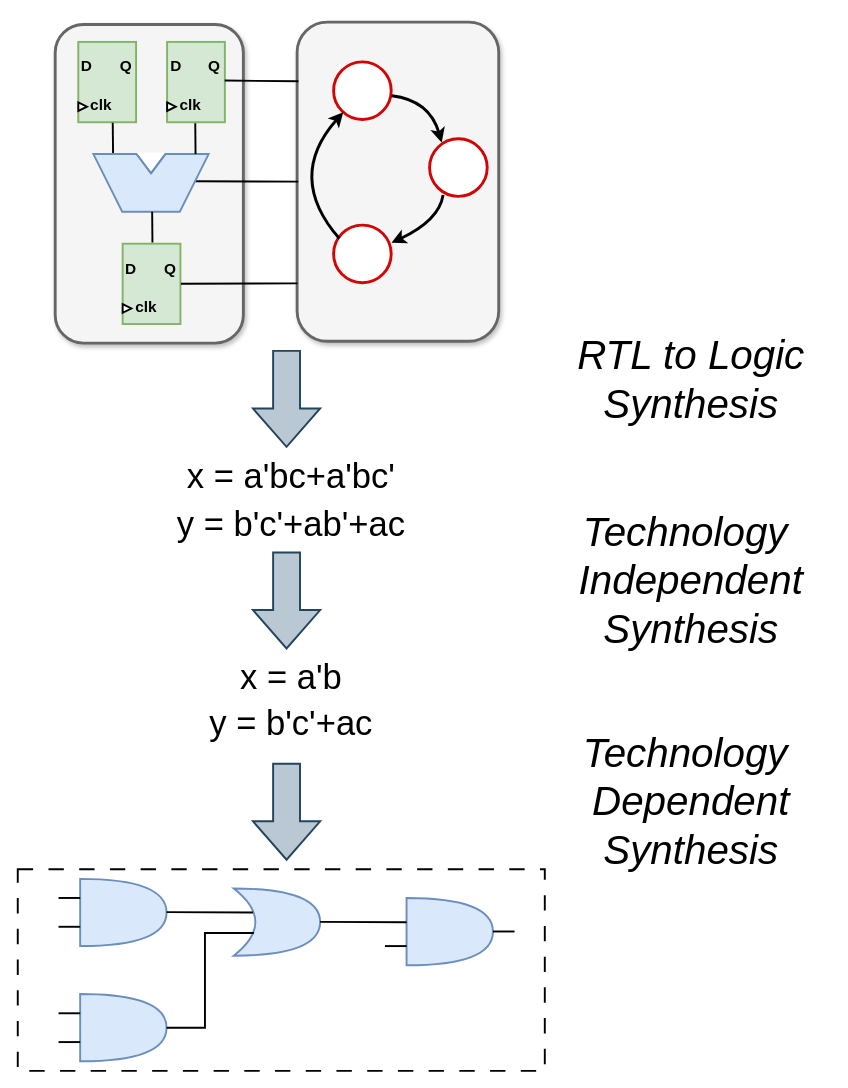
Earlier version of the draw.io diagram logicsynthesis.drawio (kxzhu0505/LogicSynOpt). Source tidied: cells renumbered, new cells numbered last; positions are measured from the earlier drawing's top-left corner, leaving out a move shared by most shapes. Both pictures are drawn from the tidied source at 96%, with x=0, y=0 at pixel (17, 22).
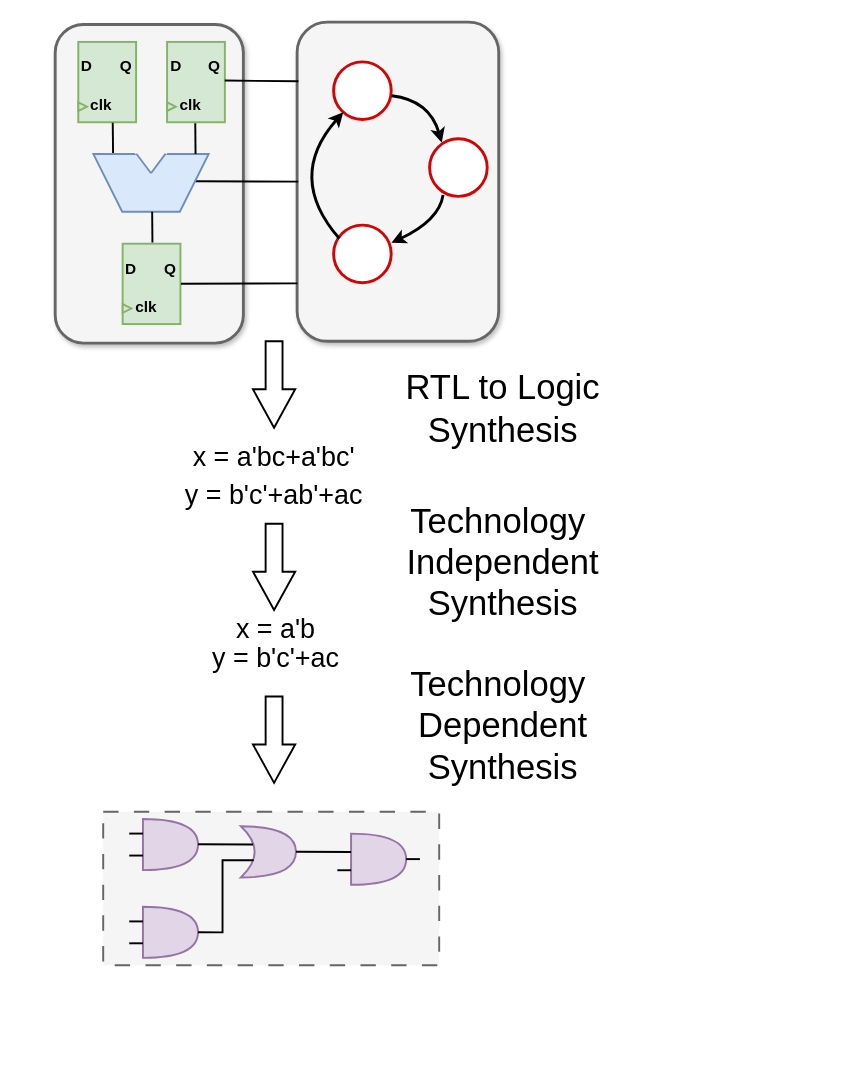
The same diagram, later.

The change refers to these unchanged cells:
```xml
<mxCell id="11" style="group;fontFamily=Helvetica;" parent="1" vertex="1">
  <mxGeometry x="45" y="20.8" width="210" height="320.6" as="geometry" />
</mxCell>
<mxCell id="20" style="group;fontFamily=Helvetica;" parent="1" vertex="1">
  <mxGeometry x="137.5" y="20.8" width="95" height="82.5" as="geometry" />
</mxCell>
```

What changed in the source:
```diff
@@
-    <mxCell id="3" style="rounded=0;whiteSpace=wrap;html=1;dashed=1;dashPattern=8 8;strokeWidth=2;" parent="1" vertex="1">
-      <mxGeometry y="882" width="549" height="210" as="geometry" />
-    </mxCell>
@@
-    <mxCell id="10" style="html=1;shadow=0;dashed=0;align=center;verticalAlign=middle;shape=mxgraph.arrows2.arrow;dy=0.6;dx=40;direction=south;notch=0;fillColor=#bac8d3;strokeColor=#23445d;strokeWidth=2;fontFamily=Helvetica;" parent="1" vertex="1">
-      <mxGeometry x="245" y="342" width="70" height="100" as="geometry" />
+    <mxCell id="10" style="html=1;shadow=0;dashed=0;align=center;verticalAlign=middle;shape=mxgraph.arrows2.arrow;dy=0.6;dx=40;direction=south;notch=0;strokeWidth=2;fontFamily=Helvetica;" parent="1" vertex="1">
+      <mxGeometry x="245" y="332" width="44" height="90" as="geometry" />
     </mxCell>
@@
+    <mxCell id="17" value="&lt;font size=&quot;1&quot;&gt;&lt;b style=&quot;font-size: 16px;&quot;&gt;clk&lt;/b&gt;&lt;/font&gt;" style="text;html=1;strokeColor=none;fillColor=none;align=center;verticalAlign=middle;whiteSpace=wrap;rounded=0;strokeWidth=2;fontFamily=Helvetica;" parent="11" vertex="1">
+      <mxGeometry x="15.4" y="51.7" width="54.3" height="26.8" as="geometry" />
+    </mxCell>
-    <mxCell id="16" style="triangle;whiteSpace=wrap;html=1;strokeWidth=2;fontFamily=Helvetica;" parent="11" vertex="1">
+    <mxCell id="16" style="triangle;whiteSpace=wrap;html=1;strokeWidth=2;fontFamily=Helvetica;fillColor=#d5e8d4;strokeColor=#82b366;" parent="11" vertex="1">
       <mxGeometry x="18.1" y="62.4" width="9" height="8.9" as="geometry" />
     </mxCell>
-    <mxCell id="17" value="&lt;font size=&quot;1&quot;&gt;&lt;b style=&quot;font-size: 16px;&quot;&gt;clk&lt;/b&gt;&lt;/font&gt;" style="text;html=1;strokeColor=none;fillColor=none;align=center;verticalAlign=middle;whiteSpace=wrap;rounded=0;strokeWidth=2;fontFamily=Helvetica;" parent="11" vertex="1">
-      <mxGeometry x="15.4" y="51.7" width="54.3" height="26.8" as="geometry" />
-    </mxCell>
@@
+    <mxCell id="26" style="group;fontFamily=Helvetica;" parent="1" vertex="1">
+      <mxGeometry x="91.2" y="231" width="95" height="82.5" as="geometry" />
+    </mxCell>
+    <mxCell id="27" style="rounded=0;whiteSpace=wrap;html=1;rotation=90;strokeWidth=2;fontFamily=Helvetica;fillColor=#d5e8d4;strokeColor=#82b366;" parent="26" vertex="1">
+      <mxGeometry x="6.3" y="11.1" width="83.7" height="60.2" as="geometry" />
+    </mxCell>
+    <mxCell id="28" value="&lt;font size=&quot;1&quot;&gt;&lt;b style=&quot;font-size: 16px;&quot;&gt;D&lt;/b&gt;&lt;/font&gt;" style="text;html=1;strokeColor=none;fillColor=none;align=center;verticalAlign=middle;whiteSpace=wrap;rounded=0;strokeWidth=2;fontFamily=Helvetica;" parent="26" vertex="1">
+      <mxGeometry y="11.1" width="54.3" height="26.8" as="geometry" />
+    </mxCell>
+    <mxCell id="29" value="&lt;font size=&quot;1&quot;&gt;&lt;b style=&quot;font-size: 16px;&quot;&gt;Q&lt;/b&gt;&lt;/font&gt;" style="text;html=1;strokeColor=none;fillColor=none;align=center;verticalAlign=middle;whiteSpace=wrap;rounded=0;strokeWidth=2;fontFamily=Helvetica;" parent="26" vertex="1">
+      <mxGeometry x="40.7" y="11.1" width="54.3" height="26.8" as="geometry" />
+    </mxCell>
+    <mxCell id="31" value="&lt;font size=&quot;1&quot;&gt;&lt;b style=&quot;font-size: 16px;&quot;&gt;clk&lt;/b&gt;&lt;/font&gt;" style="text;html=1;strokeColor=none;fillColor=none;align=center;verticalAlign=middle;whiteSpace=wrap;rounded=0;strokeWidth=2;fontFamily=Helvetica;" parent="26" vertex="1">
+      <mxGeometry x="15.4" y="51.7" width="54.3" height="26.8" as="geometry" />
+    </mxCell>
+    <mxCell id="30" style="triangle;whiteSpace=wrap;html=1;strokeWidth=2;fontFamily=Helvetica;fillColor=#d5e8d4;strokeColor=#82b366;" parent="26" vertex="1">
+      <mxGeometry x="18.1" y="62.4" width="9" height="8.9" as="geometry" />
+    </mxCell>
@@
+    <mxCell id="25" value="&lt;font size=&quot;1&quot;&gt;&lt;b style=&quot;font-size: 16px;&quot;&gt;clk&lt;/b&gt;&lt;/font&gt;" style="text;html=1;strokeColor=none;fillColor=none;align=center;verticalAlign=middle;whiteSpace=wrap;rounded=0;strokeWidth=2;fontFamily=Helvetica;" parent="20" vertex="1">
+      <mxGeometry x="15.4" y="51.7" width="54.3" height="26.8" as="geometry" />
+    </mxCell>
-    <mxCell id="24" style="triangle;whiteSpace=wrap;html=1;strokeWidth=2;fontFamily=Helvetica;" parent="20" vertex="1">
+    <mxCell id="24" style="triangle;whiteSpace=wrap;html=1;strokeWidth=2;fontFamily=Helvetica;fillColor=#d5e8d4;strokeColor=#82b366;" parent="20" vertex="1">
       <mxGeometry x="18.1" y="62.4" width="9" height="8.9" as="geometry" />
     </mxCell>
-    <mxCell id="25" value="&lt;font size=&quot;1&quot;&gt;&lt;b style=&quot;font-size: 16px;&quot;&gt;clk&lt;/b&gt;&lt;/font&gt;" style="text;html=1;strokeColor=none;fillColor=none;align=center;verticalAlign=middle;whiteSpace=wrap;rounded=0;strokeWidth=2;fontFamily=Helvetica;" parent="20" vertex="1">
-      <mxGeometry x="15.4" y="51.7" width="54.3" height="26.8" as="geometry" />
-    </mxCell>
-    <mxCell id="26" style="group;fontFamily=Helvetica;" parent="1" vertex="1">
-      <mxGeometry x="91.2" y="231" width="95" height="82.5" as="geometry" />
-    </mxCell>
-    <mxCell id="27" style="rounded=0;whiteSpace=wrap;html=1;rotation=90;strokeWidth=2;fontFamily=Helvetica;fillColor=#d5e8d4;strokeColor=#82b366;" parent="26" vertex="1">
-      <mxGeometry x="6.3" y="11.1" width="83.7" height="60.2" as="geometry" />
-    </mxCell>
-    <mxCell id="28" value="&lt;font size=&quot;1&quot;&gt;&lt;b style=&quot;font-size: 16px;&quot;&gt;D&lt;/b&gt;&lt;/font&gt;" style="text;html=1;strokeColor=none;fillColor=none;align=center;verticalAlign=middle;whiteSpace=wrap;rounded=0;strokeWidth=2;fontFamily=Helvetica;" parent="26" vertex="1">
-      <mxGeometry y="11.1" width="54.3" height="26.8" as="geometry" />
-    </mxCell>
-    <mxCell id="29" value="&lt;font size=&quot;1&quot;&gt;&lt;b style=&quot;font-size: 16px;&quot;&gt;Q&lt;/b&gt;&lt;/font&gt;" style="text;html=1;strokeColor=none;fillColor=none;align=center;verticalAlign=middle;whiteSpace=wrap;rounded=0;strokeWidth=2;fontFamily=Helvetica;" parent="26" vertex="1">
-      <mxGeometry x="40.7" y="11.1" width="54.3" height="26.8" as="geometry" />
-    </mxCell>
-    <mxCell id="30" style="triangle;whiteSpace=wrap;html=1;strokeWidth=2;fontFamily=Helvetica;" parent="26" vertex="1">
-      <mxGeometry x="18.1" y="62.4" width="9" height="8.9" as="geometry" />
-    </mxCell>
-    <mxCell id="31" value="&lt;font size=&quot;1&quot;&gt;&lt;b style=&quot;font-size: 16px;&quot;&gt;clk&lt;/b&gt;&lt;/font&gt;" style="text;html=1;strokeColor=none;fillColor=none;align=center;verticalAlign=middle;whiteSpace=wrap;rounded=0;strokeWidth=2;fontFamily=Helvetica;" parent="26" vertex="1">
-      <mxGeometry x="15.4" y="51.7" width="54.3" height="26.8" as="geometry" />
-    </mxCell>
@@
-    <mxCell id="33" style="triangle;whiteSpace=wrap;html=1;rotation=90;strokeWidth=2;fillColor=#ffffff;strokeColor=#6C8EBF;fontFamily=Helvetica;" parent="1" vertex="1">
+    <mxCell id="33" style="triangle;whiteSpace=wrap;html=1;rotation=90;strokeWidth=2;fillColor=#F5F5F5;strokeColor=#f5f5f5;fontFamily=Helvetica;" parent="1" vertex="1">
       <mxGeometry x="128.8" y="132" width="20" height="30" as="geometry" />
     </mxCell>
-    <mxCell id="34" style="endArrow=none;html=1;rounded=0;strokeColor=#ffffff;strokeWidth=3;curved=0;fontFamily=Helvetica;" parent="1" edge="1">
+    <mxCell id="34" style="endArrow=none;html=1;rounded=0;strokeColor=#f5f5f5;strokeWidth=3;curved=0;fontFamily=Helvetica;" parent="1" edge="1">
       <mxGeometry relative="1" as="geometry">
         <mxPoint x="124.2" y="136.9" as="sourcePoint" />
         <mxPoint x="153.2" y="136.9" as="targetPoint" />
       </mxGeometry>
     </mxCell>
@@
-    <mxCell id="41" value="&lt;font style=&quot;font-size: 36px;&quot;&gt;x = a'bc+a'bc'&lt;/font&gt;" style="text;html=1;align=center;verticalAlign=middle;whiteSpace=wrap;rounded=0;fontFamily=Helvetica;" parent="1" vertex="1">
-      <mxGeometry x="65" y="442" width="440" height="60" as="geometry" />
+    <mxCell id="41" value="&lt;font style=&quot;font-size: 28px;&quot;&gt;x = a'bc+a'bc'&lt;/font&gt;" style="text;html=1;align=center;verticalAlign=middle;whiteSpace=wrap;rounded=0;fontFamily=Helvetica;" parent="1" vertex="1">
+      <mxGeometry x="47" y="422" width="440" height="60" as="geometry" />
     </mxCell>
-    <mxCell id="42" value="&lt;font style=&quot;font-size: 36px;&quot;&gt;y = b'c'+ab'+ac&lt;/font&gt;" style="text;html=1;align=center;verticalAlign=middle;whiteSpace=wrap;rounded=0;fontFamily=Helvetica;" parent="1" vertex="1">
-      <mxGeometry x="65" y="492" width="440" height="60" as="geometry" />
+    <mxCell id="42" value="&lt;font style=&quot;font-size: 28px;&quot;&gt;y = b'c'+ab'+ac&lt;/font&gt;" style="text;html=1;align=center;verticalAlign=middle;whiteSpace=wrap;rounded=0;fontFamily=Helvetica;" parent="1" vertex="1">
+      <mxGeometry x="47" y="462" width="440" height="60" as="geometry" />
     </mxCell>
-    <mxCell id="43" style="html=1;shadow=0;dashed=0;align=center;verticalAlign=middle;shape=mxgraph.arrows2.arrow;dy=0.6;dx=40;direction=south;notch=0;fillColor=#bac8d3;strokeColor=#23445d;strokeWidth=2;fontFamily=Helvetica;" parent="1" vertex="1">
-      <mxGeometry x="245" y="552" width="70" height="100" as="geometry" />
-    </mxCell>
-    <mxCell id="44" value="&lt;font style=&quot;font-size: 36px;&quot;&gt;x = a'b&lt;/font&gt;" style="text;html=1;align=center;verticalAlign=middle;whiteSpace=wrap;rounded=0;fontFamily=Helvetica;" parent="1" vertex="1">
-      <mxGeometry x="65" y="652" width="440" height="60" as="geometry" />
+    <mxCell id="44" value="&lt;font style=&quot;font-size: 28px;&quot;&gt;x = a'b&lt;/font&gt;" style="text;html=1;align=center;verticalAlign=middle;whiteSpace=wrap;rounded=0;fontFamily=Helvetica;" parent="1" vertex="1">
+      <mxGeometry x="49" y="602" width="440" height="60" as="geometry" />
     </mxCell>
-    <mxCell id="45" value="&lt;font style=&quot;font-size: 36px;&quot;&gt;y = b'c'+ac&lt;/font&gt;" style="text;html=1;align=center;verticalAlign=middle;whiteSpace=wrap;rounded=0;fontFamily=Helvetica;" parent="1" vertex="1">
-      <mxGeometry x="65" y="700" width="440" height="60" as="geometry" />
+    <mxCell id="45" value="&lt;font style=&quot;font-size: 28px;&quot;&gt;y = b'c'+ac&lt;/font&gt;" style="text;html=1;align=center;verticalAlign=middle;whiteSpace=wrap;rounded=0;fontFamily=Helvetica;" parent="1" vertex="1">
+      <mxGeometry x="49" y="632" width="440" height="60" as="geometry" />
     </mxCell>
-    <mxCell id="46" style="html=1;shadow=0;dashed=0;align=center;verticalAlign=middle;shape=mxgraph.arrows2.arrow;dy=0.6;dx=40;direction=south;notch=0;fillColor=#bac8d3;strokeColor=#23445d;strokeWidth=2;fontFamily=Helvetica;" parent="1" vertex="1">
-      <mxGeometry x="245" y="772" width="70" height="100" as="geometry" />
-    </mxCell>
-    <mxCell id="47" style="shape=or;whiteSpace=wrap;html=1;fillColor=#dae8fc;strokeColor=#6c8ebf;strokeWidth=2;" parent="1" vertex="1">
-      <mxGeometry x="65" y="892" width="90" height="70" as="geometry" />
-    </mxCell>
-    <mxCell id="48" style="shape=xor;whiteSpace=wrap;html=1;fillColor=#dae8fc;strokeColor=#6c8ebf;strokeWidth=2;" parent="1" vertex="1">
-      <mxGeometry x="225" y="902" width="90" height="70" as="geometry" />
-    </mxCell>
-    <mxCell id="49" style="shape=or;whiteSpace=wrap;html=1;fillColor=#dae8fc;strokeColor=#6c8ebf;strokeWidth=2;" parent="1" vertex="1">
-      <mxGeometry x="65" y="1012" width="90" height="70" as="geometry" />
-    </mxCell>
-    <mxCell id="50" style="shape=or;whiteSpace=wrap;html=1;fillColor=#dae8fc;strokeColor=#6c8ebf;strokeWidth=2;" parent="1" vertex="1">
-      <mxGeometry x="405" y="912" width="90" height="70" as="geometry" />
-    </mxCell>
-    <mxCell id="51" style="endArrow=none;html=1;rounded=0;endSize=6;strokeWidth=2;entryX=0.481;entryY=0.002;entryDx=0;entryDy=0;entryPerimeter=0;fontFamily=Helvetica;exitX=0.222;exitY=0.357;exitDx=0;exitDy=0;exitPerimeter=0;" parent="1" edge="1" source="48">
-      <mxGeometry relative="1" as="geometry">
-        <mxPoint x="155" y="926.6" as="targetPoint" />
-      </mxGeometry>
-    </mxCell>
-    <mxCell id="52" style="endArrow=none;html=1;rounded=0;endSize=6;strokeWidth=2;fontFamily=Helvetica;" parent="1" edge="1">
-      <mxGeometry relative="1" as="geometry">
-        <mxPoint x="65" y="1032" as="sourcePoint" />
-        <mxPoint x="42.5" y="1032" as="targetPoint" />
-      </mxGeometry>
-    </mxCell>
-    <mxCell id="53" style="endArrow=none;html=1;rounded=0;endSize=6;strokeWidth=2;entryX=1;entryY=0.5;entryDx=0;entryDy=0;entryPerimeter=0;fontFamily=Helvetica;exitX=0.222;exitY=0.357;exitDx=0;exitDy=0;exitPerimeter=0;edgeStyle=orthogonalEdgeStyle;" parent="1" edge="1" target="49">
-      <mxGeometry relative="1" as="geometry">
-        <mxPoint x="246" y="948.4" as="sourcePoint" />
-        <Array as="points">
-          <mxPoint x="195" y="948" />
-          <mxPoint x="195" y="1047" />
-        </Array>
-      </mxGeometry>
-    </mxCell>
-    <mxCell id="54" style="endArrow=none;html=1;rounded=0;endSize=6;strokeWidth=2;entryX=0.481;entryY=0.002;entryDx=0;entryDy=0;entryPerimeter=0;fontFamily=Helvetica;exitX=0.222;exitY=0.357;exitDx=0;exitDy=0;exitPerimeter=0;" parent="1" edge="1">
-      <mxGeometry relative="1" as="geometry">
-        <mxPoint x="405" y="937.2" as="sourcePoint" />
-        <mxPoint x="315" y="936.8" as="targetPoint" />
-      </mxGeometry>
-    </mxCell>
-    <mxCell id="55" style="endArrow=none;html=1;rounded=0;endSize=6;strokeWidth=2;fontFamily=Helvetica;" parent="1" edge="1">
-      <mxGeometry relative="1" as="geometry">
-        <mxPoint x="65" y="1062" as="sourcePoint" />
-        <mxPoint x="42.5" y="1062" as="targetPoint" />
-      </mxGeometry>
-    </mxCell>
-    <mxCell id="56" style="endArrow=none;html=1;rounded=0;endSize=6;strokeWidth=2;fontFamily=Helvetica;" parent="1" edge="1">
-      <mxGeometry relative="1" as="geometry">
-        <mxPoint x="65" y="911.9" as="sourcePoint" />
-        <mxPoint x="42.5" y="911.9" as="targetPoint" />
-      </mxGeometry>
-    </mxCell>
-    <mxCell id="57" style="endArrow=none;html=1;rounded=0;endSize=6;strokeWidth=2;fontFamily=Helvetica;" parent="1" edge="1">
-      <mxGeometry relative="1" as="geometry">
-        <mxPoint x="65" y="941.9" as="sourcePoint" />
-        <mxPoint x="42.5" y="941.9" as="targetPoint" />
-      </mxGeometry>
-    </mxCell>
-    <mxCell id="58" style="endArrow=none;html=1;rounded=0;endSize=6;strokeWidth=2;fontFamily=Helvetica;" parent="1" edge="1">
-      <mxGeometry relative="1" as="geometry">
-        <mxPoint x="405" y="962" as="sourcePoint" />
-        <mxPoint x="382.5" y="962" as="targetPoint" />
-      </mxGeometry>
-    </mxCell>
-    <mxCell id="59" style="endArrow=none;html=1;rounded=0;endSize=6;strokeWidth=2;fontFamily=Helvetica;" parent="1" edge="1">
-      <mxGeometry relative="1" as="geometry">
-        <mxPoint x="517.5" y="946.8" as="sourcePoint" />
-        <mxPoint x="495" y="946.8" as="targetPoint" />
-      </mxGeometry>
-    </mxCell>
-    <mxCell id="60" value="&lt;font style=&quot;font-size: 42px;&quot;&gt;&lt;i&gt;RTL to Logic&lt;/i&gt;&lt;/font&gt;&lt;div style=&quot;font-size: 42px;&quot;&gt;&lt;font style=&quot;font-size: 42px;&quot;&gt;&lt;i&gt;Synthesis&lt;/i&gt;&lt;/font&gt;&lt;/div&gt;" style="text;html=1;align=center;verticalAlign=middle;whiteSpace=wrap;rounded=0;fontFamily=Helvetica;strokeWidth=3;" parent="1" vertex="1">
-      <mxGeometry x="555" y="342" width="293" height="60" as="geometry" />
+    <mxCell id="60" value="&lt;font style=&quot;font-size: 36px;&quot;&gt;RTL to Logic&lt;/font&gt;&lt;div style=&quot;font-size: 36px;&quot;&gt;&lt;font style=&quot;font-size: 36px;&quot;&gt;Synthesis&lt;/font&gt;&lt;/div&gt;" style="text;html=1;align=center;verticalAlign=middle;whiteSpace=wrap;rounded=0;fontFamily=Helvetica;strokeWidth=3;fontSize=11;" parent="1" vertex="1">
+      <mxGeometry x="359" y="372" width="293" height="60" as="geometry" />
     </mxCell>
-    <mxCell id="61" value="&lt;span style=&quot;font-size: 42px;&quot;&gt;&lt;i&gt;Technology&amp;nbsp;&lt;/i&gt;&lt;/span&gt;&lt;div&gt;&lt;span style=&quot;font-size: 42px;&quot;&gt;&lt;i&gt;Independent&lt;/i&gt;&lt;/span&gt;&lt;/div&gt;&lt;div&gt;&lt;span style=&quot;font-size: 42px;&quot;&gt;&lt;i&gt;Synthesis&lt;/i&gt;&lt;/span&gt;&lt;/div&gt;" style="text;html=1;align=center;verticalAlign=middle;whiteSpace=wrap;rounded=0;fontFamily=Helvetica;strokeWidth=3;" parent="1" vertex="1">
-      <mxGeometry x="590" y="552" width="223" height="60" as="geometry" />
+    <mxCell id="61" value="&lt;span style=&quot;font-size: 36px;&quot;&gt;&lt;font style=&quot;font-size: 36px;&quot;&gt;Technology&amp;nbsp;&lt;/font&gt;&lt;/span&gt;&lt;div style=&quot;font-size: 36px;&quot;&gt;&lt;font style=&quot;font-size: 36px;&quot;&gt;Independent&lt;/font&gt;&lt;/div&gt;&lt;div style=&quot;font-size: 36px;&quot;&gt;&lt;font style=&quot;font-size: 36px;&quot;&gt;Synthesis&lt;/font&gt;&lt;/div&gt;" style="text;html=1;align=center;verticalAlign=middle;whiteSpace=wrap;rounded=0;fontFamily=Helvetica;strokeWidth=3;" parent="1" vertex="1">
+      <mxGeometry x="394" y="532" width="223" height="60" as="geometry" />
     </mxCell>
-    <mxCell id="62" value="&lt;span style=&quot;font-size: 42px;&quot;&gt;&lt;i&gt;Technology&amp;nbsp;&lt;/i&gt;&lt;/span&gt;&lt;div&gt;&lt;span style=&quot;font-size: 42px;&quot;&gt;&lt;i&gt;Dependent&lt;/i&gt;&lt;/span&gt;&lt;/div&gt;&lt;div&gt;&lt;span style=&quot;font-size: 42px;&quot;&gt;&lt;i&gt;Synthesis&lt;/i&gt;&lt;/span&gt;&lt;/div&gt;" style="text;html=1;align=center;verticalAlign=middle;whiteSpace=wrap;rounded=0;fontFamily=Helvetica;strokeWidth=3;" parent="1" vertex="1">
-      <mxGeometry x="585" y="782" width="233" height="60" as="geometry" />
+    <mxCell id="62" value="&lt;span style=&quot;font-size: 36px;&quot;&gt;&lt;font style=&quot;font-size: 36px;&quot;&gt;Technology&amp;nbsp;&lt;/font&gt;&lt;/span&gt;&lt;div style=&quot;font-size: 36px;&quot;&gt;&lt;font style=&quot;font-size: 36px;&quot;&gt;Dependent&lt;/font&gt;&lt;/div&gt;&lt;div style=&quot;font-size: 36px;&quot;&gt;&lt;font style=&quot;font-size: 36px;&quot;&gt;Synthesis&lt;/font&gt;&lt;/div&gt;" style="text;html=1;align=center;verticalAlign=middle;whiteSpace=wrap;rounded=0;fontFamily=Helvetica;strokeWidth=3;" parent="1" vertex="1">
+      <mxGeometry x="389" y="702" width="233" height="60" as="geometry" />
     </mxCell>
+    <mxCell id="63" style="html=1;shadow=0;dashed=0;align=center;verticalAlign=middle;shape=mxgraph.arrows2.arrow;dy=0.6;dx=40;direction=south;notch=0;strokeWidth=2;fontFamily=Helvetica;" parent="1" vertex="1">
+      <mxGeometry x="245" y="522" width="44" height="90" as="geometry" />
+    </mxCell>
+    <mxCell id="64" style="html=1;shadow=0;dashed=0;align=center;verticalAlign=middle;shape=mxgraph.arrows2.arrow;dy=0.6;dx=40;direction=south;notch=0;strokeWidth=2;fontFamily=Helvetica;" parent="1" vertex="1">
+      <mxGeometry x="245" y="702" width="44" height="90" as="geometry" />
+    </mxCell>
+    <mxCell id="65" style="group;" parent="1" vertex="1">
+      <mxGeometry x="89" y="822" width="350" height="160" as="geometry" />
+    </mxCell>
+    <mxCell id="66" style="rounded=0;whiteSpace=wrap;html=1;dashed=1;dashPattern=8 8;strokeWidth=2;fillColor=#f5f5f5;fontColor=#333333;strokeColor=#666666;" parent="65" vertex="1">
+      <mxGeometry width="350" height="160" as="geometry" />
+    </mxCell>
+    <mxCell id="67" style="shape=or;whiteSpace=wrap;html=1;fillColor=#e1d5e7;strokeColor=#9673a6;strokeWidth=2;" parent="65" vertex="1">
+      <mxGeometry x="41.4" y="7.6" width="57.4" height="53.3" as="geometry" />
+    </mxCell>
+    <mxCell id="68" style="shape=xor;whiteSpace=wrap;html=1;fillColor=#e1d5e7;strokeColor=#9673a6;strokeWidth=2;" parent="65" vertex="1">
+      <mxGeometry x="143.4" y="15.2" width="57.4" height="53.3" as="geometry" />
+    </mxCell>
+    <mxCell id="69" style="shape=or;whiteSpace=wrap;html=1;fillColor=#e1d5e7;strokeColor=#9673a6;strokeWidth=2;" parent="65" vertex="1">
+      <mxGeometry x="41.4" y="99" width="57.4" height="53.3" as="geometry" />
+    </mxCell>
+    <mxCell id="70" style="shape=or;whiteSpace=wrap;html=1;fillColor=#e1d5e7;strokeColor=#9673a6;strokeWidth=2;" parent="65" vertex="1">
+      <mxGeometry x="258.2" y="22.9" width="57.4" height="53.3" as="geometry" />
+    </mxCell>
+    <mxCell id="71" style="endArrow=none;html=1;rounded=0;endSize=6;strokeWidth=2;entryX=0.481;entryY=0.002;entryDx=0;entryDy=0;entryPerimeter=0;fontFamily=Helvetica;exitX=0.222;exitY=0.357;exitDx=0;exitDy=0;exitPerimeter=0;" parent="65" edge="1" source="68">
+      <mxGeometry relative="1" as="geometry">
+        <mxPoint x="98.8" y="34" as="targetPoint" />
+      </mxGeometry>
+    </mxCell>
+    <mxCell id="72" style="endArrow=none;html=1;rounded=0;endSize=6;strokeWidth=2;fontFamily=Helvetica;" parent="65" edge="1">
+      <mxGeometry relative="1" as="geometry">
+        <mxPoint x="41.4" y="114.3" as="sourcePoint" />
+        <mxPoint x="27.1" y="114.3" as="targetPoint" />
+      </mxGeometry>
+    </mxCell>
+    <mxCell id="73" style="endArrow=none;html=1;rounded=0;endSize=6;strokeWidth=2;entryX=1;entryY=0.5;entryDx=0;entryDy=0;entryPerimeter=0;fontFamily=Helvetica;exitX=0.222;exitY=0.357;exitDx=0;exitDy=0;exitPerimeter=0;edgeStyle=orthogonalEdgeStyle;" parent="65" edge="1" target="69">
+      <mxGeometry relative="1" as="geometry">
+        <mxPoint x="156.8" y="50.6" as="sourcePoint" />
+        <Array as="points">
+          <mxPoint x="124.3" y="50.3" />
+          <mxPoint x="124.3" y="125.7" />
+        </Array>
+      </mxGeometry>
+    </mxCell>
+    <mxCell id="74" style="endArrow=none;html=1;rounded=0;endSize=6;strokeWidth=2;entryX=0.481;entryY=0.002;entryDx=0;entryDy=0;entryPerimeter=0;fontFamily=Helvetica;exitX=0.222;exitY=0.357;exitDx=0;exitDy=0;exitPerimeter=0;" parent="65" edge="1">
+      <mxGeometry relative="1" as="geometry">
+        <mxPoint x="258.2" y="42" as="sourcePoint" />
+        <mxPoint x="200.8" y="41.7" as="targetPoint" />
+      </mxGeometry>
+    </mxCell>
+    <mxCell id="75" style="endArrow=none;html=1;rounded=0;endSize=6;strokeWidth=2;fontFamily=Helvetica;" parent="65" edge="1">
+      <mxGeometry relative="1" as="geometry">
+        <mxPoint x="41.4" y="137.1" as="sourcePoint" />
+        <mxPoint x="27.1" y="137.1" as="targetPoint" />
+      </mxGeometry>
+    </mxCell>
+    <mxCell id="76" style="endArrow=none;html=1;rounded=0;endSize=6;strokeWidth=2;fontFamily=Helvetica;" parent="65" edge="1">
+      <mxGeometry relative="1" as="geometry">
+        <mxPoint x="41.4" y="22.8" as="sourcePoint" />
+        <mxPoint x="27.1" y="22.8" as="targetPoint" />
+      </mxGeometry>
+    </mxCell>
+    <mxCell id="77" style="endArrow=none;html=1;rounded=0;endSize=6;strokeWidth=2;fontFamily=Helvetica;" parent="65" edge="1">
+      <mxGeometry relative="1" as="geometry">
+        <mxPoint x="41.4" y="45.7" as="sourcePoint" />
+        <mxPoint x="27.1" y="45.7" as="targetPoint" />
+      </mxGeometry>
+    </mxCell>
+    <mxCell id="78" style="endArrow=none;html=1;rounded=0;endSize=6;strokeWidth=2;fontFamily=Helvetica;" parent="65" edge="1">
+      <mxGeometry relative="1" as="geometry">
+        <mxPoint x="258.2" y="61" as="sourcePoint" />
+        <mxPoint x="243.9" y="61" as="targetPoint" />
+      </mxGeometry>
+    </mxCell>
+    <mxCell id="79" style="endArrow=none;html=1;rounded=0;endSize=6;strokeWidth=2;fontFamily=Helvetica;" parent="65" edge="1">
+      <mxGeometry relative="1" as="geometry">
+        <mxPoint x="329.9" y="49.4" as="sourcePoint" />
+        <mxPoint x="315.6" y="49.4" as="targetPoint" />
+      </mxGeometry>
+    </mxCell>
```
